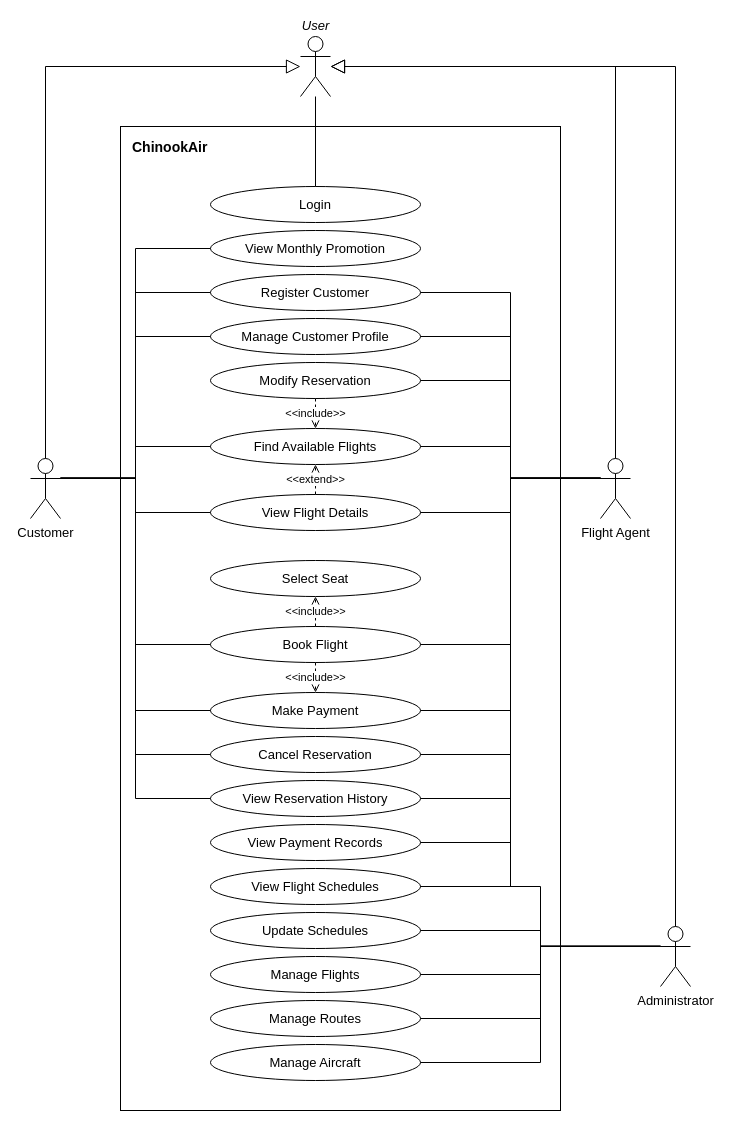
Earlier version of the draw.io diagram docs/diagrams/src/01-use-case.drawio (satyambhanot/ChinookAir). Source tidied: cells renumbered, new cells numbered last; positions are measured from the earlier drawing's top-left corner, leaving out a move shared by most shapes. Both pictures are drawn from the tidied source at 100%, with x=0, y=0 at pixel (30, 36).
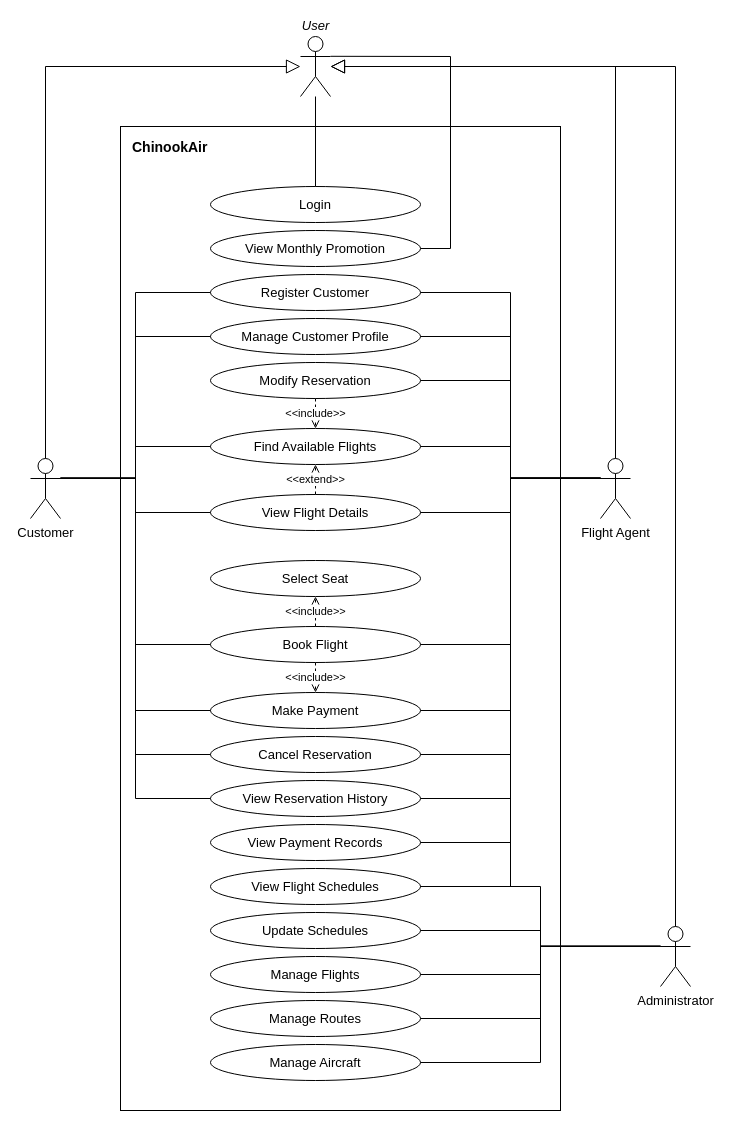
The same page after the edit.

Unchanged cells that the change refers to:
```xml
<mxCell id="4" value="View Monthly Promotion" style="ellipse;whiteSpace=wrap;html=1;fontFamily=Helvetica;fontSize=13;fillColor=#ffffff;strokeColor=#000000;" parent="1" vertex="1">
  <mxGeometry x="180" y="194" width="210" height="36" as="geometry" />
</mxCell>
<mxCell id="21" value="User" style="shape=umlActor;html=1;outlineConnect=0;fontFamily=Helvetica;fontSize=13;verticalLabelPosition=top;verticalAlign=bottom;fontStyle=2;" parent="1" vertex="1">
  <mxGeometry x="270" width="30" height="60" as="geometry" />
</mxCell>
<mxCell id="22" value="Customer" style="shape=umlActor;html=1;outlineConnect=0;fontFamily=Helvetica;fontSize=13;verticalLabelPosition=bottom;verticalAlign=top;" parent="1" vertex="1">
  <mxGeometry y="422" width="30" height="60" as="geometry" />
</mxCell>
```

What changed in the source:
```diff
@@
-    <mxCell id="25" style="edgeStyle=elbowEdgeStyle;elbow=horizontal;endArrow=none;html=1;rounded=0;exitX=1;exitY=0.33;exitDx=0;exitDy=0;entryX=0;entryY=0.5;entryDx=0;entryDy=0;" parent="1" edge="1" source="22" target="4">
-      <mxGeometry relative="1" as="geometry" />
+    <mxCell id="25" style="endArrow=none;html=1;rounded=0;exitX=1;exitY=0.33;exitDx=0;exitDy=0;entryX=1;entryY=0.5;entryDx=0;entryDy=0;" parent="1" edge="1" source="21" target="4">
+      <mxGeometry relative="1" as="geometry">
+        <Array as="points">
+          <mxPoint x="420" y="20" />
+          <mxPoint x="420" y="212" />
+        </Array>
+      </mxGeometry>
     </mxCell>
```
